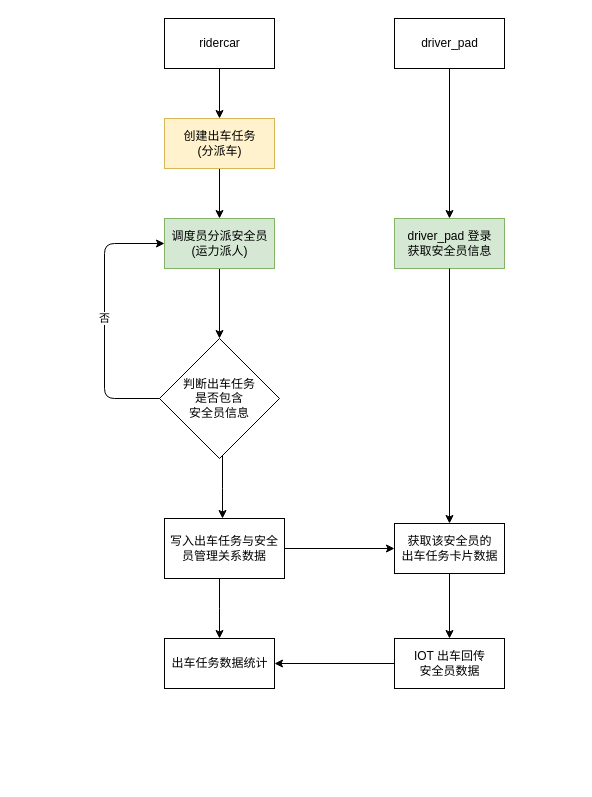
The draw.io diagram 出行项目/car_platform_op_pd_flow.drawio in wurh/myDesignDoc, before the edit. Source tidied: cells renumbered, new cells numbered last; positions are measured from the earlier drawing's top-left corner, leaving out a move shared by most shapes. Both pictures are drawn from the tidied source at 100%, with x=0, y=0 at pixel (104, 18).
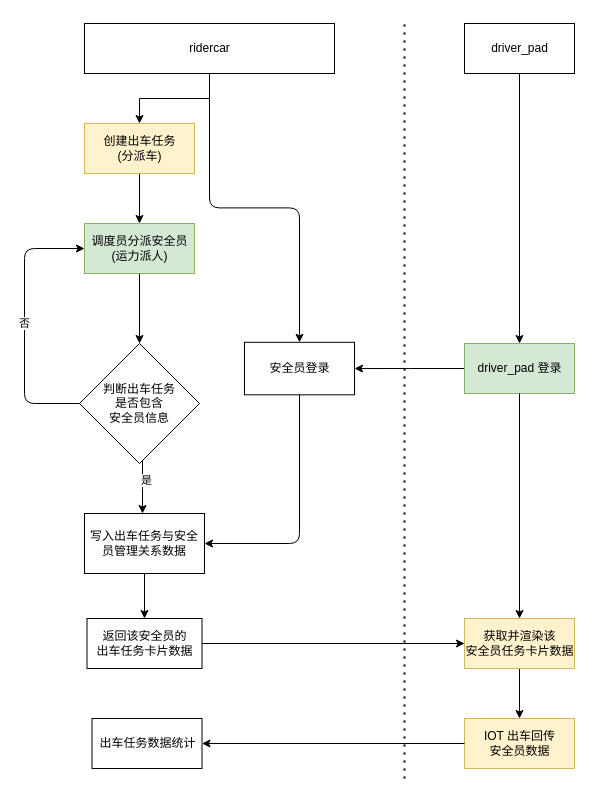
The same diagram, later.

Unchanged cells that the change refers to:
```xml
<mxCell id="9" style="edgeStyle=elbowEdgeStyle;rounded=0;jettySize=auto;html=1;" parent="1" edge="1" source="10" target="13">
  <mxGeometry relative="1" as="geometry" />
</mxCell>
```

What changed in the source:
```diff
@@
     <mxCell id="3" value="ridercar" style="html=1;" parent="1" vertex="1">
-      <mxGeometry x="60" width="110" height="50" as="geometry" />
+      <mxGeometry x="-20" y="5" width="250" height="50" as="geometry" />
     </mxCell>
     <mxCell id="4" value="driver_pad" style="html=1;" parent="1" vertex="1">
-      <mxGeometry x="290" width="110" height="50" as="geometry" />
+      <mxGeometry x="360" y="5" width="110" height="50" as="geometry" />
     </mxCell>
@@
     <mxCell id="6" value="创建出车任务&lt;br&gt;(分派车)" style="html=1;fillColor=#fff2cc;strokeColor=#d6b656;" parent="1" vertex="1">
-      <mxGeometry x="60" y="100" width="110" height="50" as="geometry" />
+      <mxGeometry x="-20" y="105" width="110" height="50" as="geometry" />
     </mxCell>
@@
     <mxCell id="8" value="调度员分派安全员&lt;br&gt;(运力派人)" style="html=1;fillColor=#d5e8d4;strokeColor=#82b366;" parent="1" vertex="1">
-      <mxGeometry x="60" y="200" width="110" height="50" as="geometry" />
+      <mxGeometry x="-20" y="205" width="110" height="50" as="geometry" />
     </mxCell>
@@
+    <mxCell id="23" value="是" style="edgeLabel;html=1;align=center;verticalAlign=middle;" parent="9" vertex="1">
+      <mxGeometry x="-0.27" y="3" relative="1" as="geometry" />
+    </mxCell>
     <mxCell id="10" value="判断出车任务&lt;br&gt;是否包含&lt;br&gt;安全员信息" style="rhombus;whiteSpace=wrap;html=1;" parent="1" vertex="1">
-      <mxGeometry x="55" y="320" width="120" height="120" as="geometry" />
+      <mxGeometry x="-25" y="325" width="120" height="120" as="geometry" />
     </mxCell>
     <mxCell id="11" value="否" style="endArrow=classic;html=1;exitX=0;exitY=0.5;exitDx=0;exitDy=0;edgeStyle=elbowEdgeStyle;entryX=0;entryY=0.5;entryDx=0;entryDy=0;elbow=horizontal;" parent="1" edge="1" source="10" target="8">
       <mxGeometry relative="1" as="geometry">
         <Array as="points">
-          <mxPoint y="300" />
+          <mxPoint x="-80" y="305" />
         </Array>
       </mxGeometry>
     </mxCell>
-    <mxCell id="12" style="edgeStyle=elbowEdgeStyle;rounded=0;jettySize=auto;html=1;" parent="1" edge="1" source="13" target="19">
-      <mxGeometry relative="1" as="geometry" />
-    </mxCell>
+    <mxCell id="18" style="edgeStyle=orthogonalEdgeStyle;rounded=0;jettySize=auto;html=1;" parent="1" edge="1" source="13" target="16">
+      <mxGeometry relative="1" as="geometry" />
+    </mxCell>
     <mxCell id="13" value="写入出车任务与安全员管理关系数据" style="rounded=0;whiteSpace=wrap;html=1;" parent="1" vertex="1">
-      <mxGeometry x="60" y="500" width="120" height="60" as="geometry" />
+      <mxGeometry x="-20" y="495" width="120" height="60" as="geometry" />
     </mxCell>
+    <mxCell id="24" style="edgeStyle=elbowEdgeStyle;rounded=0;jettySize=auto;html=1;" parent="1" edge="1" source="14" target="25">
+      <mxGeometry relative="1" as="geometry" />
+    </mxCell>
-    <mxCell id="14" value="driver_pad 登录&lt;br&gt;获取安全员信息" style="html=1;fillColor=#d5e8d4;strokeColor=#82b366;" parent="1" vertex="1">
-      <mxGeometry x="290" y="200" width="110" height="50" as="geometry" />
+    <mxCell id="14" value="driver_pad 登录&lt;br&gt;" style="html=1;fillColor=#d5e8d4;strokeColor=#82b366;" parent="1" vertex="1">
+      <mxGeometry x="360" y="325" width="110" height="50" as="geometry" />
     </mxCell>
-    <mxCell id="15" style="edgeStyle=elbowEdgeStyle;rounded=0;jettySize=auto;html=1;" parent="1" edge="1" source="16" target="20">
-      <mxGeometry relative="1" as="geometry" />
-    </mxCell>
-    <mxCell id="16" value="获取该安全员的&lt;br&gt;出车任务卡片数据" style="html=1;" parent="1" vertex="1">
-      <mxGeometry x="290" y="505" width="110" height="50" as="geometry" />
+    <mxCell id="16" value="返回该安全员的&lt;br&gt;出车任务卡片数据" style="html=1;" parent="1" vertex="1">
+      <mxGeometry x="-17.5" y="600" width="115" height="50" as="geometry" />
     </mxCell>
-    <mxCell id="17" style="endArrow=classic;html=1;exitX=0.5;exitY=1;exitDx=0;exitDy=0;entryX=0.5;entryY=0;entryDx=0;entryDy=0;" parent="1" edge="1" source="14" target="16">
-      <mxGeometry relative="1" as="geometry" />
-    </mxCell>
-    <mxCell id="18" style="endArrow=classic;html=1;exitX=1;exitY=0.5;exitDx=0;exitDy=0;" parent="1" edge="1" source="13" target="16">
-      <mxGeometry relative="1" as="geometry" />
-    </mxCell>
     <mxCell id="19" value="出车任务数据统计" style="html=1;" parent="1" vertex="1">
-      <mxGeometry x="60" y="620" width="110" height="50" as="geometry" />
+      <mxGeometry x="-12.5" y="700" width="110" height="50" as="geometry" />
     </mxCell>
-    <mxCell id="20" value="IOT 出车回传&lt;br&gt;安全员数据" style="html=1;" parent="1" vertex="1">
-      <mxGeometry x="290" y="620" width="110" height="50" as="geometry" />
+    <mxCell id="20" value="IOT 出车回传&lt;br&gt;安全员数据" style="html=1;fillColor=#fff2cc;strokeColor=#d6b656;" parent="1" vertex="1">
+      <mxGeometry x="360" y="700" width="110" height="50" as="geometry" />
     </mxCell>
+    <mxCell id="22" style="endArrow=classic;html=1;exitX=0.5;exitY=1;exitDx=0;exitDy=0;" parent="1" edge="1" source="4" target="14">
+      <mxGeometry relative="1" as="geometry" />
+    </mxCell>
+    <mxCell id="25" value="安全员登录" style="html=1;" parent="1" vertex="1">
+      <mxGeometry x="140" y="323.8" width="110" height="52.5" as="geometry" />
+    </mxCell>
+    <mxCell id="26" style="endArrow=classic;html=1;exitX=0.5;exitY=1;exitDx=0;exitDy=0;edgeStyle=orthogonalEdgeStyle;entryX=1;entryY=0.5;entryDx=0;entryDy=0;" parent="1" edge="1" source="25" target="13">
+      <mxGeometry relative="1" as="geometry" />
+    </mxCell>
+    <mxCell id="27" style="edgeStyle=orthogonalEdgeStyle;rounded=0;jettySize=auto;html=1;" parent="1" edge="1" source="28" target="20">
+      <mxGeometry relative="1" as="geometry" />
+    </mxCell>
+    <mxCell id="28" value="获取并渲染该&lt;br&gt;安全员任务卡片数据" style="html=1;fillColor=#fff2cc;strokeColor=#d6b656;" parent="1" vertex="1">
+      <mxGeometry x="360" y="600" width="110" height="50" as="geometry" />
+    </mxCell>
+    <mxCell id="29" style="endArrow=classic;html=1;exitX=1;exitY=0.5;exitDx=0;exitDy=0;entryX=0;entryY=0.5;entryDx=0;entryDy=0;" parent="1" edge="1" source="16" target="28">
+      <mxGeometry relative="1" as="geometry" />
+    </mxCell>
-    <mxCell id="21" style="endArrow=classic;html=1;exitX=0;exitY=0.5;exitDx=0;exitDy=0;entryX=1;entryY=0.5;entryDx=0;entryDy=0;" parent="1" edge="1" source="20" target="19">
+    <mxCell id="21" style="endArrow=classic;html=1;exitX=0;exitY=0.5;exitDx=0;exitDy=0;" parent="1" edge="1" source="20" target="19">
       <mxGeometry relative="1" as="geometry" />
     </mxCell>
-    <mxCell id="22" style="endArrow=classic;html=1;exitX=0.5;exitY=1;exitDx=0;exitDy=0;" parent="1" edge="1" source="4" target="14">
-      <mxGeometry relative="1" as="geometry" />
-    </mxCell>
+    <mxCell id="30" style="endArrow=classic;html=1;exitX=0.5;exitY=1;exitDx=0;exitDy=0;entryX=0.5;entryY=0;entryDx=0;entryDy=0;edgeStyle=orthogonalEdgeStyle;" parent="1" edge="1" source="3" target="25">
+      <mxGeometry relative="1" as="geometry" />
+    </mxCell>
+    <mxCell id="31" style="endArrow=none;dashed=1;html=1;dashPattern=1 3;strokeWidth=2;" parent="1" edge="1">
+      <mxGeometry relative="1" as="geometry">
+        <mxPoint x="300" y="760" as="sourcePoint" />
+        <mxPoint x="300" as="targetPoint" />
+      </mxGeometry>
+    </mxCell>
+    <mxCell id="32" style="endArrow=classic;html=1;exitX=0.5;exitY=1;exitDx=0;exitDy=0;" parent="1" edge="1" source="14">
+      <mxGeometry relative="1" as="geometry">
+        <mxPoint x="415" y="600" as="targetPoint" />
+      </mxGeometry>
+    </mxCell>
```
